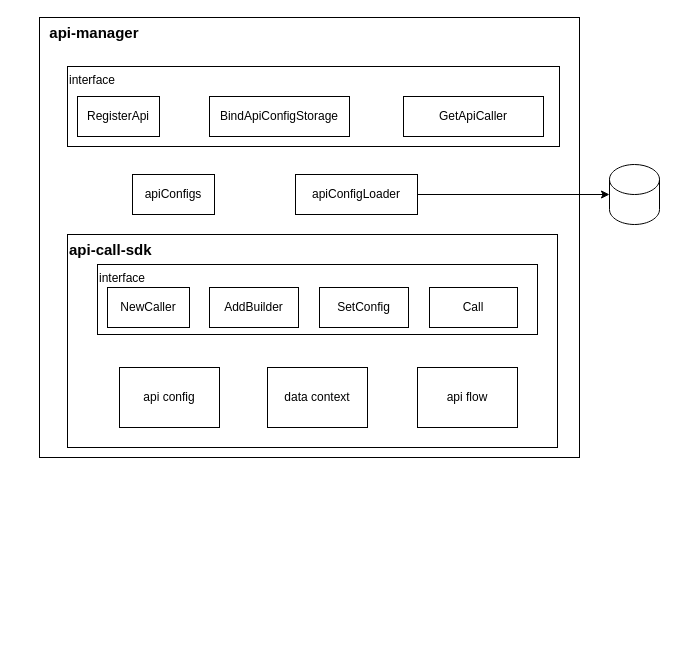
The draw.io diagram page "api manager" (3 of 3) of api design.drawio in rogers-li/MyDoc, before the edit. Source tidied: cells renumbered, new cells numbered last; positions are measured from the earlier drawing's top-left corner, leaving out a move shared by most shapes. Both pictures are drawn from the tidied source at 100%, with x=0, y=0 at pixel (39, 17).
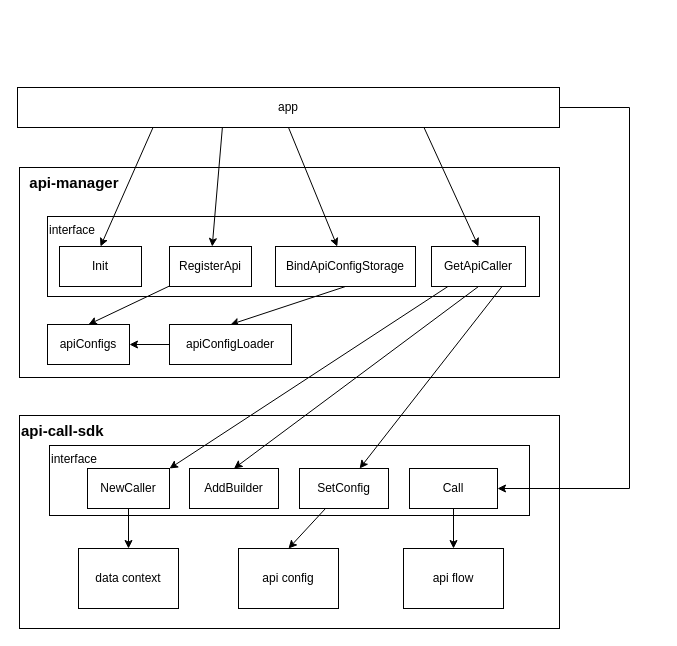
The same diagram, later.

Change to the diagram source:
```diff
@@
     <mxCell id="2" value="&lt;b&gt;&lt;font style=&quot;font-size: 15px;&quot;&gt;&amp;nbsp; api-manager&lt;/font&gt;&lt;/b&gt;" style="rounded=0;whiteSpace=wrap;html=1;align=left;verticalAlign=top;" parent="1" vertex="1">
-      <mxGeometry width="540" height="440" as="geometry" />
+      <mxGeometry x="-20" y="150" width="540" height="210" as="geometry" />
     </mxCell>
     <mxCell id="3" value="api-call-sdk" style="rounded=0;whiteSpace=wrap;html=1;fontStyle=1;verticalAlign=top;align=left;fontSize=15;" parent="1" vertex="1">
-      <mxGeometry x="28" y="217" width="490" height="213" as="geometry" />
+      <mxGeometry x="-20" y="398" width="540" height="213" as="geometry" />
     </mxCell>
     <mxCell id="4" value="interface" style="rounded=0;whiteSpace=wrap;html=1;verticalAlign=top;align=left;" parent="1" vertex="1">
-      <mxGeometry x="58" y="247" width="440" height="70" as="geometry" />
+      <mxGeometry x="10" y="428" width="480" height="70" as="geometry" />
     </mxCell>
     <mxCell id="5" value="AddBuilder" style="rounded=0;whiteSpace=wrap;html=1;" parent="1" vertex="1">
-      <mxGeometry x="170" y="270" width="89" height="40" as="geometry" />
+      <mxGeometry x="150" y="451" width="89" height="40" as="geometry" />
     </mxCell>
+    <mxCell id="20" style="rounded=0;jettySize=auto;html=1;entryX=0.5;entryY=0;entryDx=0;entryDy=0;" parent="1" edge="1" source="6" target="11">
+      <mxGeometry relative="1" as="geometry" />
+    </mxCell>
     <mxCell id="6" value="Call" style="rounded=0;whiteSpace=wrap;html=1;" parent="1" vertex="1">
-      <mxGeometry x="390" y="270" width="88" height="40" as="geometry" />
+      <mxGeometry x="370" y="451" width="88" height="40" as="geometry" />
     </mxCell>
+    <mxCell id="21" style="edgeStyle=orthogonalEdgeStyle;rounded=0;jettySize=auto;html=1;entryX=0.5;entryY=0;entryDx=0;entryDy=0;" parent="1" edge="1" source="7" target="10">
+      <mxGeometry relative="1" as="geometry" />
+    </mxCell>
     <mxCell id="7" value="NewCaller" style="rounded=0;whiteSpace=wrap;html=1;" parent="1" vertex="1">
-      <mxGeometry x="68" y="270" width="82" height="40" as="geometry" />
+      <mxGeometry x="48" y="451" width="82" height="40" as="geometry" />
     </mxCell>
+    <mxCell id="22" style="rounded=0;jettySize=auto;html=1;entryX=0.5;entryY=0;entryDx=0;entryDy=0;" parent="1" edge="1" source="8" target="9">
+      <mxGeometry relative="1" as="geometry" />
+    </mxCell>
     <mxCell id="8" value="SetConfig" style="rounded=0;whiteSpace=wrap;html=1;" parent="1" vertex="1">
-      <mxGeometry x="280" y="270" width="89" height="40" as="geometry" />
+      <mxGeometry x="260" y="451" width="89" height="40" as="geometry" />
     </mxCell>
     <mxCell id="9" value="api config" style="rounded=0;whiteSpace=wrap;html=1;" parent="1" vertex="1">
-      <mxGeometry x="80" y="350" width="100" height="60" as="geometry" />
+      <mxGeometry x="199" y="531" width="100" height="60" as="geometry" />
     </mxCell>
     <mxCell id="10" value="data context" style="rounded=0;whiteSpace=wrap;html=1;" parent="1" vertex="1">
-      <mxGeometry x="228" y="350" width="100" height="60" as="geometry" />
+      <mxGeometry x="39" y="531" width="100" height="60" as="geometry" />
     </mxCell>
     <mxCell id="11" value="api flow" style="rounded=0;whiteSpace=wrap;html=1;" parent="1" vertex="1">
-      <mxGeometry x="378" y="350" width="100" height="60" as="geometry" />
+      <mxGeometry x="364" y="531" width="100" height="60" as="geometry" />
     </mxCell>
     <mxCell id="12" value="interface" style="rounded=0;whiteSpace=wrap;html=1;verticalAlign=top;align=left;" parent="1" vertex="1">
-      <mxGeometry x="28" y="49" width="492" height="80" as="geometry" />
+      <mxGeometry x="8" y="199" width="492" height="80" as="geometry" />
     </mxCell>
+    <mxCell id="23" style="rounded=0;jettySize=auto;html=1;exitX=0.5;exitY=1;exitDx=0;exitDy=0;entryX=0.5;entryY=0;entryDx=0;entryDy=0;" parent="1" edge="1" source="13" target="17">
+      <mxGeometry relative="1" as="geometry" />
+    </mxCell>
     <mxCell id="13" value="BindApiConfigStorage" style="rounded=0;whiteSpace=wrap;html=1;" parent="1" vertex="1">
-      <mxGeometry x="170" y="79" width="140" height="40" as="geometry" />
+      <mxGeometry x="236" y="229" width="140" height="40" as="geometry" />
     </mxCell>
+    <mxCell id="24" style="rounded=0;jettySize=auto;html=1;entryX=1;entryY=0;entryDx=0;entryDy=0;" parent="1" edge="1" source="14" target="7">
+      <mxGeometry relative="1" as="geometry" />
+    </mxCell>
+    <mxCell id="25" style="rounded=0;jettySize=auto;html=1;exitX=0.5;exitY=1;exitDx=0;exitDy=0;entryX=0.5;entryY=0;entryDx=0;entryDy=0;" parent="1" edge="1" source="14" target="5">
+      <mxGeometry relative="1" as="geometry" />
+    </mxCell>
+    <mxCell id="26" style="rounded=0;jettySize=auto;html=1;exitX=0.75;exitY=1;exitDx=0;exitDy=0;" parent="1" edge="1" source="14" target="8">
+      <mxGeometry relative="1" as="geometry" />
+    </mxCell>
     <mxCell id="14" value="GetApiCaller" style="rounded=0;whiteSpace=wrap;html=1;" parent="1" vertex="1">
-      <mxGeometry x="364" y="79" width="140" height="40" as="geometry" />
+      <mxGeometry x="392" y="229" width="94" height="40" as="geometry" />
     </mxCell>
+    <mxCell id="27" style="rounded=0;jettySize=auto;html=1;entryX=0.5;entryY=0;entryDx=0;entryDy=0;" parent="1" edge="1" source="15" target="16">
+      <mxGeometry relative="1" as="geometry" />
+    </mxCell>
     <mxCell id="15" value="RegisterApi" style="rounded=0;whiteSpace=wrap;html=1;" parent="1" vertex="1">
-      <mxGeometry x="38" y="79" width="82" height="40" as="geometry" />
+      <mxGeometry x="130" y="229" width="82" height="40" as="geometry" />
     </mxCell>
     <mxCell id="16" value="apiConfigs" style="rounded=0;whiteSpace=wrap;html=1;" parent="1" vertex="1">
-      <mxGeometry x="93" y="157" width="82" height="40" as="geometry" />
+      <mxGeometry x="8" y="307" width="82" height="40" as="geometry" />
     </mxCell>
+    <mxCell id="28" style="edgeStyle=orthogonalEdgeStyle;rounded=0;jettySize=auto;html=1;entryX=1;entryY=0.5;entryDx=0;entryDy=0;" parent="1" edge="1" source="17" target="16">
+      <mxGeometry relative="1" as="geometry" />
+    </mxCell>
     <mxCell id="17" value="apiConfigLoader" style="rounded=0;whiteSpace=wrap;html=1;" parent="1" vertex="1">
-      <mxGeometry x="256" y="157" width="122" height="40" as="geometry" />
+      <mxGeometry x="130" y="307" width="122" height="40" as="geometry" />
     </mxCell>
-    <mxCell id="18" style="shape=cylinder3;whiteSpace=wrap;html=1;boundedLbl=1;backgroundOutline=1;size=15;" parent="1" vertex="1">
-      <mxGeometry x="570" y="147" width="50" height="60" as="geometry" />
-    </mxCell>
-    <mxCell id="19" style="edgeStyle=orthogonalEdgeStyle;rounded=0;jettySize=auto;html=1;entryX=0;entryY=0.5;entryDx=0;entryDy=0;entryPerimeter=0;" parent="1" edge="1" source="17" target="18">
-      <mxGeometry relative="1" as="geometry" />
-    </mxCell>
+    <mxCell id="29" style="rounded=0;jettySize=auto;html=1;exitX=0.25;exitY=1;exitDx=0;exitDy=0;entryX=0.5;entryY=0;entryDx=0;entryDy=0;" parent="1" edge="1" source="34" target="35">
+      <mxGeometry relative="1" as="geometry" />
+    </mxCell>
+    <mxCell id="30" style="rounded=0;jettySize=auto;html=1;exitX=0.378;exitY=1;exitDx=0;exitDy=0;exitPerimeter=0;" parent="1" edge="1" source="34" target="15">
+      <mxGeometry relative="1" as="geometry" />
+    </mxCell>
+    <mxCell id="31" style="rounded=0;jettySize=auto;html=1;exitX=0.5;exitY=1;exitDx=0;exitDy=0;" parent="1" edge="1" source="34" target="13">
+      <mxGeometry relative="1" as="geometry" />
+    </mxCell>
+    <mxCell id="32" style="rounded=0;jettySize=auto;html=1;exitX=0.75;exitY=1;exitDx=0;exitDy=0;entryX=0.5;entryY=0;entryDx=0;entryDy=0;" parent="1" edge="1" source="34" target="14">
+      <mxGeometry relative="1" as="geometry" />
+    </mxCell>
+    <mxCell id="33" style="edgeStyle=orthogonalEdgeStyle;rounded=0;jettySize=auto;html=1;entryX=1;entryY=0.5;entryDx=0;entryDy=0;" parent="1" edge="1" source="34" target="6">
+      <mxGeometry relative="1" as="geometry">
+        <Array as="points">
+          <mxPoint x="590" y="90" />
+          <mxPoint x="590" y="471" />
+        </Array>
+      </mxGeometry>
+    </mxCell>
+    <mxCell id="34" value="app" style="rounded=0;whiteSpace=wrap;html=1;" parent="1" vertex="1">
+      <mxGeometry x="-22" y="70" width="542" height="40" as="geometry" />
+    </mxCell>
+    <mxCell id="35" value="Init" style="rounded=0;whiteSpace=wrap;html=1;" parent="1" vertex="1">
+      <mxGeometry x="20" y="229" width="82" height="40" as="geometry" />
+    </mxCell>
```
